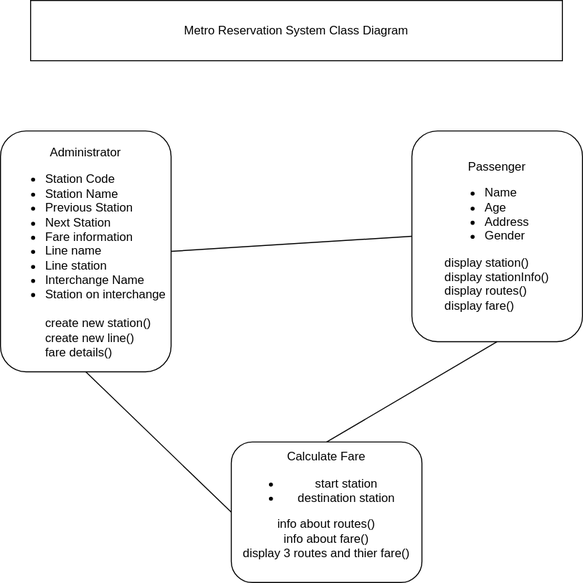
Earlier version of the draw.io export Metro_reservation_system.svg (RidhimaBhandari/Software-Development-). Source tidied: cells renumbered, new cells last; positions are measured from the earlier drawing's top-left corner, leaving out a move shared by most shapes.
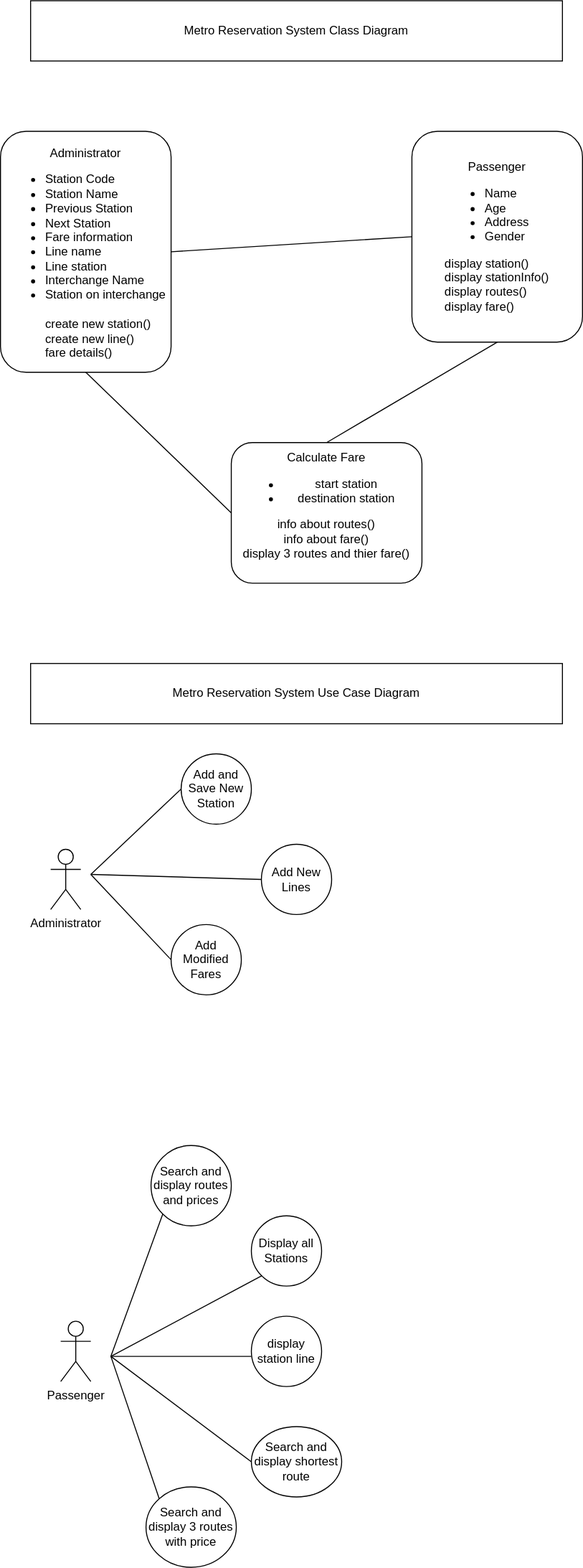
Above is the later version.

Diff of the diagram source:
```diff
@@ -23,5 +23,79 @@
     <mxCell id="8" style="endArrow=none;html=1;rounded=0;fontSize=12;exitX=0.5;exitY=0;exitDx=0;exitDy=0;entryX=0.5;entryY=1;entryDx=0;entryDy=0;" parent="1" edge="1" source="4" target="5">
       <mxGeometry relative="1" as="geometry" />
     </mxCell>
+    <mxCell id="9" value="Metro Reservation System Use Case Diagram" style="rounded=0;whiteSpace=wrap;html=1;fontSize=12;" parent="1" vertex="1">
+      <mxGeometry x="30" y="660" width="530" height="60" as="geometry" />
+    </mxCell>
+    <mxCell id="10" value="Administrator" style="shape=umlActor;verticalLabelPosition=bottom;verticalAlign=top;html=1;fontSize=12;" parent="1" vertex="1">
+      <mxGeometry x="50" y="845" width="30" height="60" as="geometry" />
+    </mxCell>
+    <mxCell id="11" value="Passenger&lt;br&gt;" style="shape=umlActor;verticalLabelPosition=bottom;verticalAlign=top;html=1;fontSize=12;" parent="1" vertex="1">
+      <mxGeometry x="60" y="1315" width="30" height="60" as="geometry" />
+    </mxCell>
+    <mxCell id="12" value="Add and Save New Station" style="ellipse;whiteSpace=wrap;html=1;fontSize=12;" parent="1" vertex="1">
+      <mxGeometry x="180" y="750" width="70" height="70" as="geometry" />
+    </mxCell>
+    <mxCell id="13" value="Add New Lines" style="ellipse;whiteSpace=wrap;html=1;fontSize=12;" parent="1" vertex="1">
+      <mxGeometry x="260" y="840" width="70" height="70" as="geometry" />
+    </mxCell>
+    <mxCell id="14" value="Add Modified Fares" style="ellipse;whiteSpace=wrap;html=1;fontSize=12;" parent="1" vertex="1">
+      <mxGeometry x="170" y="920" width="70" height="70" as="geometry" />
+    </mxCell>
+    <mxCell id="15" value="Search and display routes and prices" style="ellipse;whiteSpace=wrap;html=1;fontSize=12;" parent="1" vertex="1">
+      <mxGeometry x="150" y="1140" width="80" height="80" as="geometry" />
+    </mxCell>
+    <mxCell id="16" value="Display all Stations" style="ellipse;whiteSpace=wrap;html=1;fontSize=12;" parent="1" vertex="1">
+      <mxGeometry x="250" y="1210" width="70" height="70" as="geometry" />
+    </mxCell>
+    <mxCell id="17" value="display station line" style="ellipse;whiteSpace=wrap;html=1;fontSize=12;" parent="1" vertex="1">
+      <mxGeometry x="250" y="1310" width="70" height="70" as="geometry" />
+    </mxCell>
+    <mxCell id="18" value="Search and display shortest route" style="ellipse;whiteSpace=wrap;html=1;fontSize=12;" parent="1" vertex="1">
+      <mxGeometry x="250" y="1420" width="90" height="70" as="geometry" />
+    </mxCell>
+    <mxCell id="19" value="Search and display 3 routes with price" style="ellipse;whiteSpace=wrap;html=1;fontSize=12;" parent="1" vertex="1">
+      <mxGeometry x="145" y="1480" width="90" height="80" as="geometry" />
+    </mxCell>
+    <mxCell id="20" style="endArrow=none;html=1;rounded=0;fontSize=12;entryX=0;entryY=0.5;entryDx=0;entryDy=0;" parent="1" edge="1" target="12">
+      <mxGeometry relative="1" as="geometry">
+        <mxPoint x="90" y="870" as="sourcePoint" />
+      </mxGeometry>
+    </mxCell>
+    <mxCell id="21" style="endArrow=none;html=1;rounded=0;fontSize=12;entryX=0;entryY=0.5;entryDx=0;entryDy=0;" parent="1" edge="1" target="13">
+      <mxGeometry relative="1" as="geometry">
+        <mxPoint x="90" y="870" as="sourcePoint" />
+      </mxGeometry>
+    </mxCell>
+    <mxCell id="22" style="endArrow=none;html=1;rounded=0;fontSize=12;entryX=0;entryY=0.5;entryDx=0;entryDy=0;" parent="1" edge="1" target="14">
+      <mxGeometry relative="1" as="geometry">
+        <mxPoint x="90" y="870" as="sourcePoint" />
+      </mxGeometry>
+    </mxCell>
+    <mxCell id="23" style="endArrow=none;html=1;rounded=0;fontSize=12;" parent="1" edge="1">
+      <mxGeometry relative="1" as="geometry">
+        <mxPoint x="110" y="1350" as="sourcePoint" />
+        <mxPoint x="250" y="1350" as="targetPoint" />
+      </mxGeometry>
+    </mxCell>
+    <mxCell id="24" style="endArrow=none;html=1;rounded=0;fontSize=12;entryX=0;entryY=0.5;entryDx=0;entryDy=0;" parent="1" edge="1" target="18">
+      <mxGeometry relative="1" as="geometry">
+        <mxPoint x="110" y="1350" as="sourcePoint" />
+      </mxGeometry>
+    </mxCell>
+    <mxCell id="25" style="endArrow=none;html=1;rounded=0;fontSize=12;entryX=0;entryY=0;entryDx=0;entryDy=0;" parent="1" edge="1" target="19">
+      <mxGeometry relative="1" as="geometry">
+        <mxPoint x="110" y="1350" as="sourcePoint" />
+      </mxGeometry>
+    </mxCell>
+    <mxCell id="26" style="endArrow=none;html=1;rounded=0;fontSize=12;entryX=0;entryY=1;entryDx=0;entryDy=0;" parent="1" edge="1" target="16">
+      <mxGeometry relative="1" as="geometry">
+        <mxPoint x="110" y="1350" as="sourcePoint" />
+      </mxGeometry>
+    </mxCell>
+    <mxCell id="27" style="endArrow=none;html=1;rounded=0;fontSize=12;entryX=0;entryY=1;entryDx=0;entryDy=0;" parent="1" edge="1" target="15">
+      <mxGeometry relative="1" as="geometry">
+        <mxPoint x="110" y="1350" as="sourcePoint" />
+      </mxGeometry>
+    </mxCell>
   </root>
 </mxGraphModel>
```
